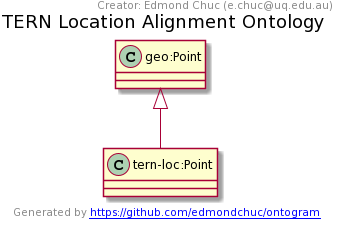
Above: docs/tern-loc.ttl.txt.png in ternaustralia/ontology_tern-loc (PlantUML), before the change. The source it was exported from:
```plantuml
@startuml
title TERN Location Alignment Ontology
"geo:Point" <|-- "tern-loc:Point"
Class "tern-loc:Point" [[https://w3id.org/tern/ontologies/loc/Point]] {
}
header
Creator: Edmond Chuc (e.chuc@uq.edu.au)
endheader
center footer Generated by [[https://github.com/edmondchuc/ontogram https://github.com/edmondchuc/ontogram]]
@enduml
```
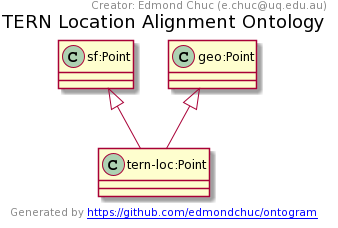
After the change.

What changed in the source:
```diff
@@ -1,5 +1,6 @@
 @startuml
 title TERN Location Alignment Ontology
+"sf:Point" <|-- "tern-loc:Point"
 "geo:Point" <|-- "tern-loc:Point"
 Class "tern-loc:Point" [[https://w3id.org/tern/ontologies/loc/Point]] {
 }
```
